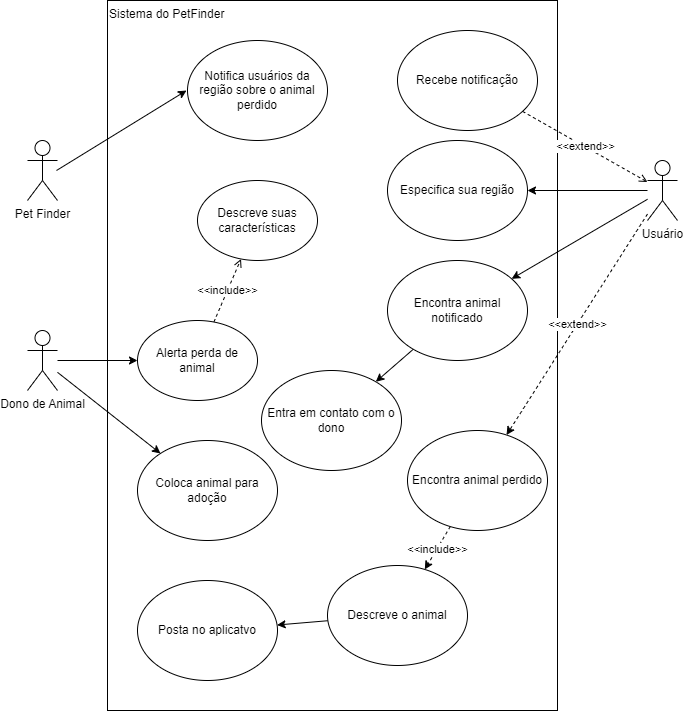
This is Animal finder.drawio.png from Enrico258/Projeto-de-Software, a draw.io export, as it was before one commit. Source tidied: cells renumbered, new cells last; positions are measured from the earlier drawing's top-left corner, leaving out a move shared by most shapes.
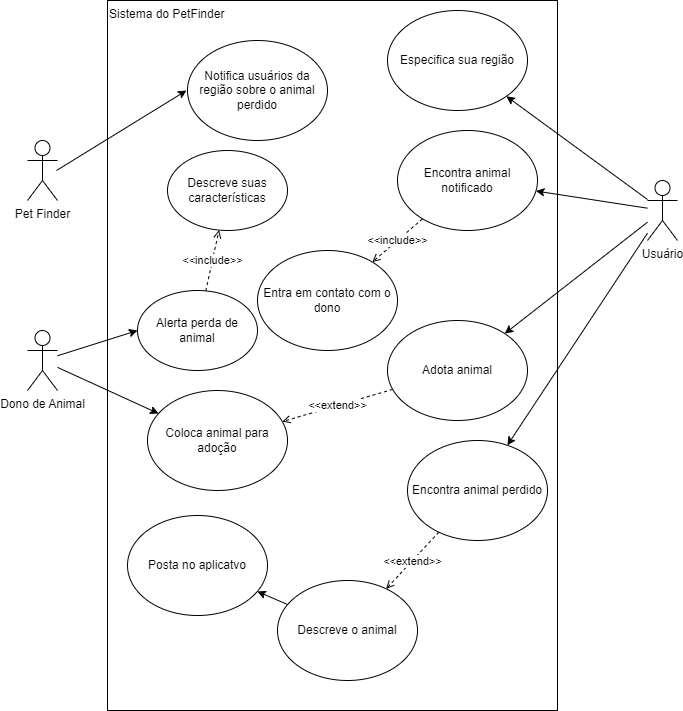
Above is the later version.

What changed in the source:
```diff
@@ -20,10 +20,16 @@
     <mxCell id="6" style="rounded=0;jettySize=auto;html=1;" parent="1" edge="1" source="7" target="19">
       <mxGeometry relative="1" as="geometry" />
     </mxCell>
+    <mxCell id="24" style="rounded=0;jettySize=auto;html=1;" parent="1" edge="1" source="7" target="23">
+      <mxGeometry relative="1" as="geometry" />
+    </mxCell>
+    <mxCell id="29" style="rounded=0;jettySize=auto;html=1;" parent="1" edge="1" source="7" target="30">
+      <mxGeometry relative="1" as="geometry" />
+    </mxCell>
     <mxCell id="7" value="Usuário" style="shape=umlActor;verticalLabelPosition=bottom;verticalAlign=top;html=1;outlineConnect=0;" parent="1" vertex="1">
-      <mxGeometry x="620" y="160" width="30" height="60" as="geometry" />
+      <mxGeometry x="620" y="180" width="30" height="60" as="geometry" />
     </mxCell>
-    <mxCell id="8" style="edgeStyle=orthogonalEdgeStyle;rounded=0;jettySize=auto;html=1;entryX=0;entryY=0.5;entryDx=0;entryDy=0;" parent="1" edge="1" source="10" target="13">
+    <mxCell id="8" style="rounded=0;jettySize=auto;html=1;entryX=0;entryY=0.5;entryDx=0;entryDy=0;" parent="1" edge="1" source="10" target="13">
       <mxGeometry relative="1" as="geometry" />
     </mxCell>
     <mxCell id="9" style="rounded=0;jettySize=auto;html=1;" parent="1" edge="1" source="10" target="20">
@@ -39,52 +45,49 @@
       <mxGeometry relative="1" as="geometry" />
     </mxCell>
     <mxCell id="13" value="Alerta perda de animal" style="ellipse;whiteSpace=wrap;html=1;" parent="1" vertex="1">
-      <mxGeometry x="110" y="320" width="120" height="80" as="geometry" />
+      <mxGeometry x="110" y="290" width="120" height="80" as="geometry" />
     </mxCell>
     <mxCell id="14" value="Descreve suas características" style="ellipse;whiteSpace=wrap;html=1;" parent="1" vertex="1">
-      <mxGeometry x="170" y="180" width="120" height="80" as="geometry" />
+      <mxGeometry x="140" y="150" width="120" height="80" as="geometry" />
     </mxCell>
     <mxCell id="15" value="Especifica sua região" style="ellipse;whiteSpace=wrap;html=1;" parent="1" vertex="1">
-      <mxGeometry x="360" y="140" width="140" height="100" as="geometry" />
+      <mxGeometry x="360" y="10" width="140" height="100" as="geometry" />
     </mxCell>
-    <mxCell id="16" value="&amp;lt;&amp;lt;extend&amp;gt;&amp;gt;" style="rounded=0;jettySize=auto;html=1;dashed=1;endArrow=open;endFill=0;" parent="1" edge="1" source="17" target="7">
-      <mxGeometry relative="1" as="geometry" />
-    </mxCell>
-    <mxCell id="17" value="Recebe notificação" style="ellipse;whiteSpace=wrap;html=1;" parent="1" vertex="1">
-      <mxGeometry x="370" y="30" width="140" height="100" as="geometry" />
-    </mxCell>
-    <mxCell id="18" style="rounded=0;jettySize=auto;html=1;" parent="1" edge="1" source="19" target="25">
+    <mxCell id="18" value="&amp;lt;&amp;lt;include&amp;gt;&amp;gt;" style="rounded=0;jettySize=auto;html=1;dashed=1;endArrow=open;endFill=0;" parent="1" edge="1" source="19" target="25">
       <mxGeometry relative="1" as="geometry" />
     </mxCell>
     <mxCell id="19" value="Encontra animal notificado" style="ellipse;whiteSpace=wrap;html=1;" parent="1" vertex="1">
-      <mxGeometry x="360" y="260" width="140" height="100" as="geometry" />
+      <mxGeometry x="370" y="130" width="140" height="100" as="geometry" />
     </mxCell>
     <mxCell id="20" value="Coloca animal para adoção" style="ellipse;whiteSpace=wrap;html=1;" parent="1" vertex="1">
-      <mxGeometry x="110" y="440" width="140" height="100" as="geometry" />
+      <mxGeometry x="120" y="390" width="140" height="100" as="geometry" />
     </mxCell>
-    <mxCell id="21" style="rounded=0;jettySize=auto;html=1;dashed=1;" parent="1" edge="1" source="23" target="28">
+    <mxCell id="21" style="rounded=0;jettySize=auto;html=1;dashed=1;endArrow=open;endFill=0;" parent="1" edge="1" source="23" target="28">
       <mxGeometry relative="1" as="geometry" />
     </mxCell>
-    <mxCell id="22" value="&amp;lt;&amp;lt;include&amp;gt;&amp;gt;" style="edgeLabel;html=1;align=center;verticalAlign=middle;" parent="21" vertex="1">
+    <mxCell id="22" value="&amp;lt;&amp;lt;extend&amp;gt;&amp;gt;" style="edgeLabel;html=1;align=center;verticalAlign=middle;" parent="21" vertex="1">
       <mxGeometry x="0.04" relative="1" as="geometry" />
     </mxCell>
     <mxCell id="23" value="Encontra animal perdido" style="ellipse;whiteSpace=wrap;html=1;" parent="1" vertex="1">
-      <mxGeometry x="380" y="430" width="140" height="100" as="geometry" />
+      <mxGeometry x="380" y="440" width="140" height="100" as="geometry" />
     </mxCell>
-    <mxCell id="24" value="&amp;lt;&amp;lt;extend&amp;gt;&amp;gt;" style="rounded=0;jettySize=auto;html=1;dashed=1;" parent="1" edge="1" source="7" target="23">
-      <mxGeometry relative="1" as="geometry" />
-    </mxCell>
     <mxCell id="25" value="Entra em contato com o dono" style="ellipse;whiteSpace=wrap;html=1;" parent="1" vertex="1">
-      <mxGeometry x="234" y="370" width="140" height="100" as="geometry" />
+      <mxGeometry x="230" y="250" width="140" height="100" as="geometry" />
     </mxCell>
     <mxCell id="26" value="Posta no aplicatvo" style="ellipse;whiteSpace=wrap;html=1;" parent="1" vertex="1">
-      <mxGeometry x="110" y="580" width="140" height="100" as="geometry" />
+      <mxGeometry x="100" y="515" width="140" height="100" as="geometry" />
     </mxCell>
     <mxCell id="27" style="rounded=0;jettySize=auto;html=1;" parent="1" edge="1" source="28" target="26">
       <mxGeometry relative="1" as="geometry" />
     </mxCell>
     <mxCell id="28" value="Descreve o animal" style="ellipse;whiteSpace=wrap;html=1;" parent="1" vertex="1">
-      <mxGeometry x="300" y="565" width="140" height="100" as="geometry" />
+      <mxGeometry x="250" y="580" width="140" height="100" as="geometry" />
     </mxCell>
+    <mxCell id="16" value="&amp;lt;&amp;lt;extend&amp;gt;&amp;gt;" style="rounded=0;jettySize=auto;html=1;dashed=1;endArrow=open;endFill=0;" parent="1" edge="1" source="30" target="20">
+      <mxGeometry relative="1" as="geometry" />
+    </mxCell>
+    <mxCell id="30" value="Adota animal" style="ellipse;whiteSpace=wrap;html=1;" parent="1" vertex="1">
+      <mxGeometry x="360" y="320" width="140" height="100" as="geometry" />
+    </mxCell>
   </root>
 </mxGraphModel>
```
